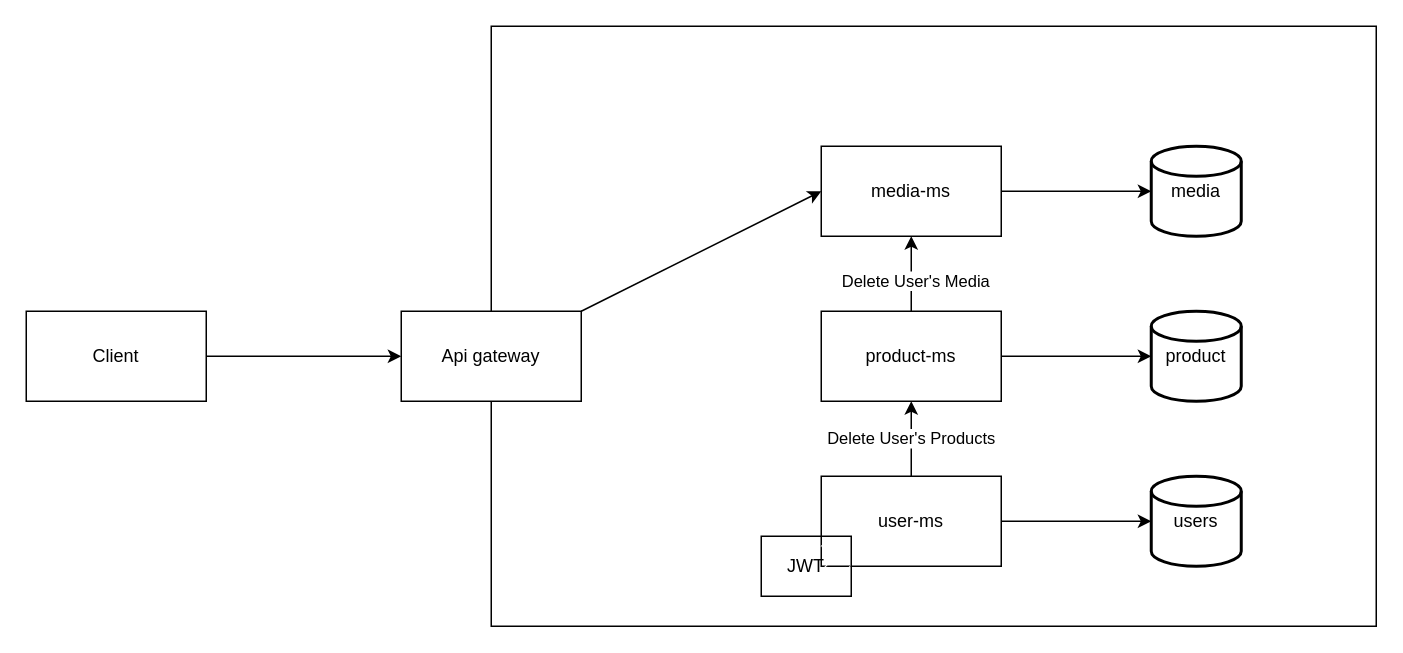
Before: data-flow.drawio in AntonWiklund1/buy-01, a draw.io diagram. Source tidied: cells renumbered, new cells numbered last; positions are measured from the earlier drawing's top-left corner, leaving out a move shared by most shapes. Both pictures are drawn from the tidied source at 150%, with x=0, y=0 at pixel (26, 26).
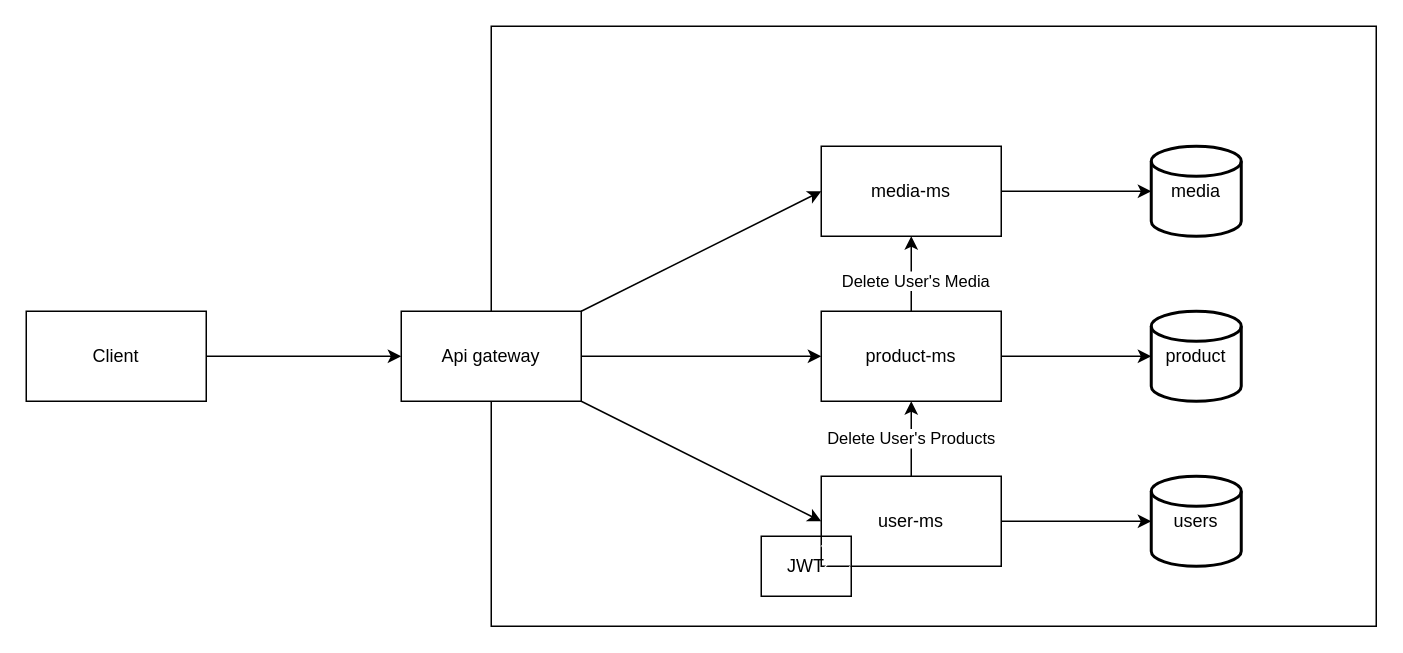
After the change.

Unchanged cells that the change refers to:
```xml
<mxCell id="9" value="user-ms" style="rounded=0;whiteSpace=wrap;html=1;glass=0;sketch=0;fillStyle=dashed;" parent="1" vertex="1">
  <mxGeometry x="530" y="300" width="120" height="60" as="geometry" />
</mxCell>
<mxCell id="11" value="product-ms" style="whiteSpace=wrap;html=1;rounded=0;glass=0;sketch=0;fillStyle=dashed;" parent="1" vertex="1">
  <mxGeometry x="530" y="190" width="120" height="60" as="geometry" />
</mxCell>
<mxCell id="13" value="Api gateway" style="whiteSpace=wrap;html=1;" parent="1" vertex="1">
  <mxGeometry x="250" y="190" width="120" height="60" as="geometry" />
</mxCell>
```

Diff of the diagram source:
```diff
@@
+    <mxCell id="22" style="edgeStyle=none;html=1;entryX=0;entryY=0.5;entryDx=0;entryDy=0;" parent="1" edge="1" source="13" target="11">
+      <mxGeometry relative="1" as="geometry" />
+    </mxCell>
+    <mxCell id="23" style="edgeStyle=none;html=1;exitX=1;exitY=1;exitDx=0;exitDy=0;entryX=0;entryY=0.5;entryDx=0;entryDy=0;" parent="1" edge="1" source="13" target="9">
+      <mxGeometry relative="1" as="geometry" />
+    </mxCell>
```
